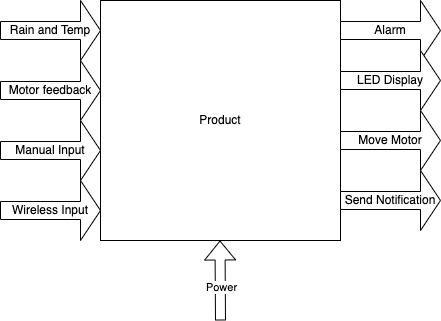
Mosiah-Beal/411-Practicum keeps this draw.io diagram as System Architecture-Page-2.drawio.png. Above is the earlier version. Source tidied: cells renumbered, new cells last; positions are measured from the earlier drawing's top-left corner, leaving out a move shared by most shapes.
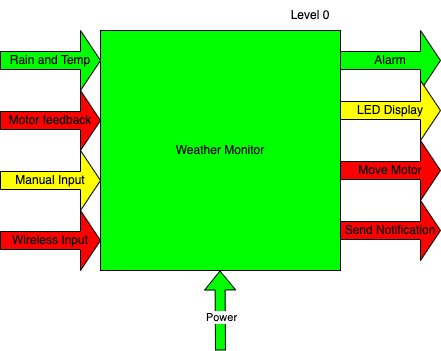
The same diagram one commit later.

Change to the diagram source:
```diff
@@ -2,34 +2,34 @@
   <root>
     <mxCell id="0" />
     <mxCell id="1" parent="0" />
-    <mxCell id="2" value="Product" style="whiteSpace=wrap;html=1;" parent="1" vertex="1">
+    <mxCell id="2" value="Weather Monitor" style="whiteSpace=wrap;html=1;fillColor=#00FF00;" parent="1" vertex="1">
       <mxGeometry x="100" width="240" height="240" as="geometry" />
     </mxCell>
-    <mxCell id="3" value="Rain and Temp" style="shape=singleArrow;whiteSpace=wrap;html=1;" parent="1" vertex="1">
+    <mxCell id="3" value="Rain and Temp" style="shape=singleArrow;whiteSpace=wrap;html=1;fillColor=#00FF00;" parent="1" vertex="1">
       <mxGeometry width="100" height="60" as="geometry" />
     </mxCell>
-    <mxCell id="4" value="Motor feedback" style="shape=singleArrow;whiteSpace=wrap;html=1;" parent="1" vertex="1">
+    <mxCell id="4" value="Motor feedback" style="shape=singleArrow;whiteSpace=wrap;html=1;fillColor=#FF0000;" parent="1" vertex="1">
       <mxGeometry y="60" width="100" height="60" as="geometry" />
     </mxCell>
-    <mxCell id="5" value="Manual Input" style="shape=singleArrow;whiteSpace=wrap;html=1;" parent="1" vertex="1">
+    <mxCell id="5" value="Manual Input" style="shape=singleArrow;whiteSpace=wrap;html=1;fillColor=#FFFF00;" parent="1" vertex="1">
       <mxGeometry y="120" width="100" height="60" as="geometry" />
     </mxCell>
-    <mxCell id="6" value="Wireless Input" style="shape=singleArrow;whiteSpace=wrap;html=1;" parent="1" vertex="1">
+    <mxCell id="6" value="Wireless Input" style="shape=singleArrow;whiteSpace=wrap;html=1;fillColor=#FF0000;" parent="1" vertex="1">
       <mxGeometry y="180" width="100" height="60" as="geometry" />
     </mxCell>
-    <mxCell id="7" value="Alarm" style="shape=singleArrow;whiteSpace=wrap;html=1;" parent="1" vertex="1">
+    <mxCell id="7" value="Alarm" style="shape=singleArrow;whiteSpace=wrap;html=1;fillColor=#00FF00;" parent="1" vertex="1">
       <mxGeometry x="340" width="100" height="60" as="geometry" />
     </mxCell>
-    <mxCell id="8" value="LED Display" style="shape=singleArrow;whiteSpace=wrap;html=1;" parent="1" vertex="1">
+    <mxCell id="8" value="LED Display" style="shape=singleArrow;whiteSpace=wrap;html=1;fillColor=#FFFF00;" parent="1" vertex="1">
       <mxGeometry x="340" y="50" width="100" height="60" as="geometry" />
     </mxCell>
-    <mxCell id="9" value="Move Motor" style="shape=singleArrow;whiteSpace=wrap;html=1;" parent="1" vertex="1">
+    <mxCell id="9" value="Move Motor" style="shape=singleArrow;whiteSpace=wrap;html=1;fillColor=#FF0000;" parent="1" vertex="1">
       <mxGeometry x="340" y="110" width="100" height="60" as="geometry" />
     </mxCell>
-    <mxCell id="10" value="Send Notification" style="shape=singleArrow;whiteSpace=wrap;html=1;" parent="1" vertex="1">
+    <mxCell id="10" value="Send Notification" style="shape=singleArrow;whiteSpace=wrap;html=1;fillColor=#FF0000;" parent="1" vertex="1">
       <mxGeometry x="340" y="170" width="100" height="60" as="geometry" />
     </mxCell>
-    <mxCell id="11" style="shape=flexArrow;endArrow=classic;html=1;rounded=0;" parent="1" edge="1">
+    <mxCell id="11" style="shape=flexArrow;endArrow=classic;html=1;rounded=0;fillColor=#00FF00;" parent="1" edge="1">
       <mxGeometry relative="1" as="geometry">
         <mxPoint x="220" y="320" as="sourcePoint" />
         <mxPoint x="219.5" y="240" as="targetPoint" />
@@ -38,5 +38,8 @@
     <mxCell id="12" value="Power" style="edgeLabel;html=1;align=center;verticalAlign=middle;" parent="11" vertex="1">
       <mxGeometry x="-0.18" y="-1" relative="1" as="geometry" />
     </mxCell>
+    <mxCell id="13" value="Level 0" style="text;strokeColor=none;align=center;fillColor=none;html=1;verticalAlign=middle;whiteSpace=wrap;rounded=0;" parent="1" vertex="1">
+      <mxGeometry x="280" y="-30" width="60" height="30" as="geometry" />
+    </mxCell>
   </root>
 </mxGraphModel>
```
